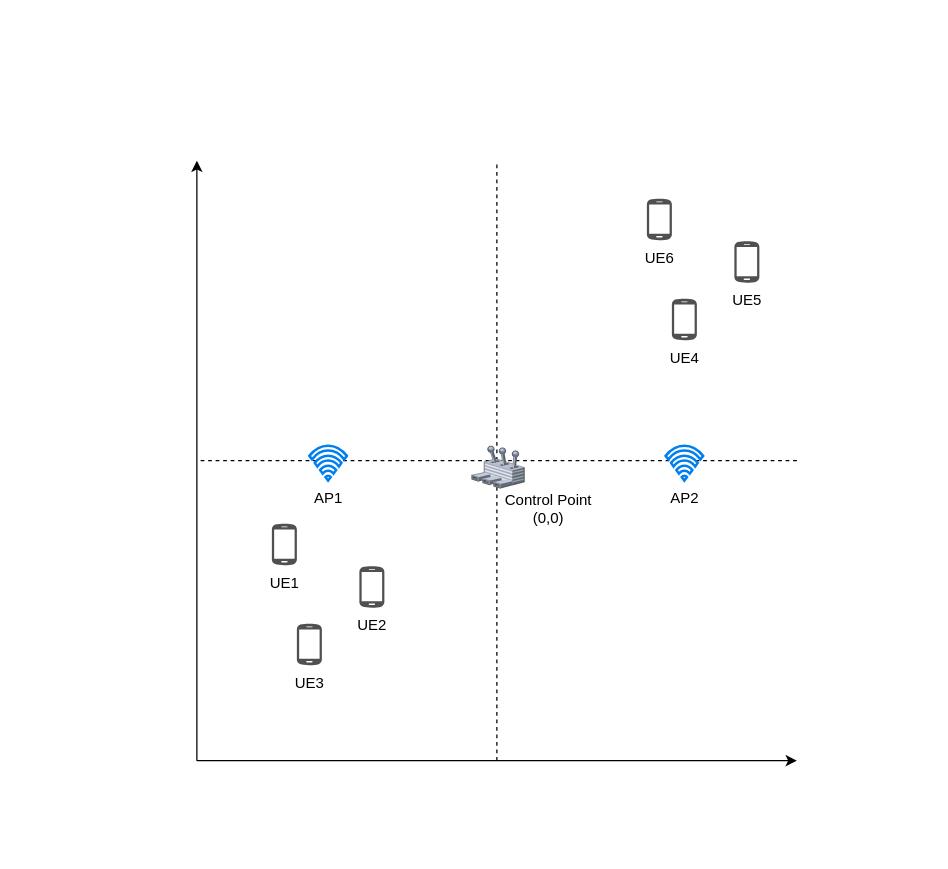
Kirkirillka/GPS_Tracker keeps this draw.io diagram as page "Exp4-Uniform" (5 of 7) of docs/experiment/sections/images/05-cases-description.drawio. Above is the earlier version. Source tidied: cells renumbered, new cells numbered last; positions are measured from the earlier drawing's top-left corner, leaving out a move shared by most shapes. Both pictures are drawn from the tidied source at 125%, with x=0, y=0 at pixel (196, 160).
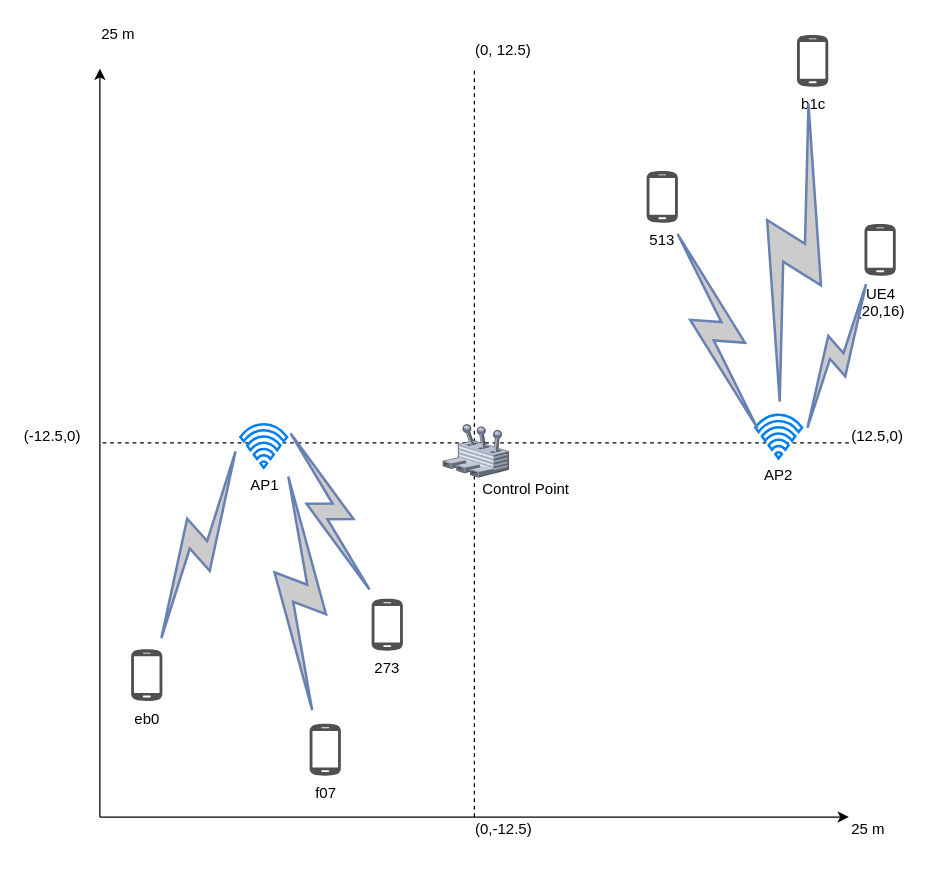
The same page after the edit.

The edit, as a diff of the source:
```diff
@@
-    <mxCell id="2" style="endArrow=classic;html=1;" parent="1" edge="1">
-      <mxGeometry relative="1" as="geometry">
-        <mxPoint y="480" as="sourcePoint" />
-        <mxPoint as="targetPoint" />
-      </mxGeometry>
-    </mxCell>
-    <mxCell id="3" style="endArrow=classic;html=1;" parent="1" edge="1">
-      <mxGeometry relative="1" as="geometry">
-        <mxPoint y="480" as="sourcePoint" />
-        <mxPoint x="480" y="480" as="targetPoint" />
-      </mxGeometry>
-    </mxCell>
-    <mxCell id="4" style="endArrow=none;html=1;dashed=1;" parent="1" edge="1">
-      <mxGeometry relative="1" as="geometry">
-        <mxPoint x="240" y="480" as="sourcePoint" />
-        <mxPoint x="240" as="targetPoint" />
-      </mxGeometry>
-    </mxCell>
-    <mxCell id="5" style="endArrow=none;html=1;dashed=1;" parent="1" edge="1">
-      <mxGeometry relative="1" as="geometry">
-        <mxPoint x="480" y="240" as="sourcePoint" />
-        <mxPoint y="240" as="targetPoint" />
-      </mxGeometry>
-    </mxCell>
-    <mxCell id="6" value="UE6" style="shadow=0;dashed=0;html=1;strokeColor=none;fillColor=#505050;labelPosition=center;verticalLabelPosition=bottom;verticalAlign=top;align=center;shape=mxgraph.office.devices.cell_phone_android_standalone;" parent="1" vertex="1">
-      <mxGeometry x="360" y="30" width="20" height="34" as="geometry" />
-    </mxCell>
-    <mxCell id="7" value="Control Point&lt;br&gt;(0,0)" style="text;html=1;align=center;verticalAlign=top;spacingTop=-4;" parent="1" vertex="1">
-      <mxGeometry x="241" y="262" width="80" height="30" as="geometry" />
-    </mxCell>
-    <mxCell id="8" value="UE5" style="shadow=0;dashed=0;html=1;strokeColor=none;fillColor=#505050;labelPosition=center;verticalLabelPosition=bottom;verticalAlign=top;align=center;shape=mxgraph.office.devices.cell_phone_android_standalone;" parent="1" vertex="1">
-      <mxGeometry x="430" y="64" width="20" height="34" as="geometry" />
-    </mxCell>
-    <mxCell id="9" value="UE4" style="shadow=0;dashed=0;html=1;strokeColor=none;fillColor=#505050;labelPosition=center;verticalLabelPosition=bottom;verticalAlign=top;align=center;shape=mxgraph.office.devices.cell_phone_android_standalone;" parent="1" vertex="1">
-      <mxGeometry x="380" y="110" width="20" height="34" as="geometry" />
-    </mxCell>
-    <mxCell id="10" value="UE1" style="shadow=0;dashed=0;html=1;strokeColor=none;fillColor=#505050;labelPosition=center;verticalLabelPosition=bottom;verticalAlign=top;align=center;shape=mxgraph.office.devices.cell_phone_android_standalone;" parent="1" vertex="1">
-      <mxGeometry x="60" y="290" width="20" height="34" as="geometry" />
-    </mxCell>
-    <mxCell id="11" value="UE2" style="shadow=0;dashed=0;html=1;strokeColor=none;fillColor=#505050;labelPosition=center;verticalLabelPosition=bottom;verticalAlign=top;align=center;shape=mxgraph.office.devices.cell_phone_android_standalone;" parent="1" vertex="1">
-      <mxGeometry x="130" y="324" width="20" height="34" as="geometry" />
-    </mxCell>
-    <mxCell id="12" value="UE3" style="shadow=0;dashed=0;html=1;strokeColor=none;fillColor=#505050;labelPosition=center;verticalLabelPosition=bottom;verticalAlign=top;align=center;shape=mxgraph.office.devices.cell_phone_android_standalone;" parent="1" vertex="1">
-      <mxGeometry x="80" y="370" width="20" height="34" as="geometry" />
-    </mxCell>
+    <mxCell id="16" style="group;" parent="1" vertex="1">
+      <mxGeometry x="-140" y="-111" width="724" height="661" as="geometry" />
+    </mxCell>
+    <mxCell id="17" style="endArrow=classic;html=1;" parent="16" edge="1">
+      <mxGeometry relative="1" as="geometry">
+        <mxPoint x="62.4" y="636.1" as="sourcePoint" />
+        <mxPoint x="62.4" y="37.4" as="targetPoint" />
+      </mxGeometry>
+    </mxCell>
+    <mxCell id="18" style="endArrow=classic;html=1;" parent="16" edge="1">
+      <mxGeometry relative="1" as="geometry">
+        <mxPoint x="62.4" y="636.1" as="sourcePoint" />
+        <mxPoint x="661.6" y="636.1" as="targetPoint" />
+      </mxGeometry>
+    </mxCell>
+    <mxCell id="19" style="endArrow=none;html=1;dashed=1;" parent="16" edge="1">
+      <mxGeometry relative="1" as="geometry">
+        <mxPoint x="362" y="636.1" as="sourcePoint" />
+        <mxPoint x="362" y="37.4" as="targetPoint" />
+      </mxGeometry>
+    </mxCell>
+    <mxCell id="20" style="endArrow=none;html=1;dashed=1;" parent="16" edge="1">
+      <mxGeometry relative="1" as="geometry">
+        <mxPoint x="661.6" y="336.7" as="sourcePoint" />
+        <mxPoint x="62.4" y="336.7" as="targetPoint" />
+      </mxGeometry>
+    </mxCell>
+    <mxCell id="21" value="513&lt;br&gt;" style="shadow=0;dashed=0;html=1;strokeColor=none;fillColor=#505050;labelPosition=center;verticalLabelPosition=bottom;verticalAlign=top;outlineConnect=0;align=center;shape=mxgraph.office.devices.cell_phone_android_standalone;" parent="16" vertex="1">
+      <mxGeometry x="499.8" y="118.7" width="25" height="42.4" as="geometry" />
+    </mxCell>
+    <mxCell id="22" value="Control Point&lt;br&gt;" style="text;html=1;align=center;verticalAlign=top;spacingTop=-4;" parent="16" vertex="1">
+      <mxGeometry x="363.2" y="364.2" width="80" height="20" as="geometry" />
+    </mxCell>
+    <mxCell id="23" value="b1c&lt;br&gt;" style="shadow=0;dashed=0;html=1;strokeColor=none;fillColor=#505050;labelPosition=center;verticalLabelPosition=bottom;verticalAlign=top;outlineConnect=0;align=center;shape=mxgraph.office.devices.cell_phone_android_standalone;" parent="16" vertex="1">
+      <mxGeometry x="620.1" y="9.9" width="25" height="42.4" as="geometry" />
+    </mxCell>
+    <mxCell id="24" value="UE4&lt;br&gt;(20,16)&lt;br&gt;" style="shadow=0;dashed=0;html=1;strokeColor=none;fillColor=#505050;labelPosition=center;verticalLabelPosition=bottom;verticalAlign=top;outlineConnect=0;align=center;shape=mxgraph.office.devices.cell_phone_android_standalone;" parent="16" vertex="1">
+      <mxGeometry x="674.1" y="161.1" width="25" height="42.4" as="geometry" />
+    </mxCell>
+    <mxCell id="25" value="273&lt;br&gt;" style="shadow=0;dashed=0;html=1;strokeColor=none;fillColor=#505050;labelPosition=center;verticalLabelPosition=bottom;verticalAlign=top;outlineConnect=0;align=center;shape=mxgraph.office.devices.cell_phone_android_standalone;" parent="16" vertex="1">
+      <mxGeometry x="279.8" y="461" width="25" height="42.4" as="geometry" />
+    </mxCell>
+    <mxCell id="26" value="f07&lt;br&gt;" style="shadow=0;dashed=0;html=1;strokeColor=none;fillColor=#505050;labelPosition=center;verticalLabelPosition=bottom;verticalAlign=top;outlineConnect=0;align=center;shape=mxgraph.office.devices.cell_phone_android_standalone;" parent="16" vertex="1">
+      <mxGeometry x="230.2" y="561" width="25" height="42.4" as="geometry" />
+    </mxCell>
+    <mxCell id="27" value="eb0&lt;br&gt;" style="shadow=0;dashed=0;html=1;strokeColor=none;fillColor=#505050;labelPosition=center;verticalLabelPosition=bottom;verticalAlign=top;outlineConnect=0;align=center;shape=mxgraph.office.devices.cell_phone_android_standalone;" parent="16" vertex="1">
+      <mxGeometry x="87.4" y="501.3" width="25" height="42.4" as="geometry" />
+    </mxCell>
-    <mxCell id="13" value="AP1" style="html=1;verticalLabelPosition=bottom;align=center;labelBackgroundColor=#ffffff;verticalAlign=top;strokeWidth=2;strokeColor=#0080F0;fillColor=#ffffff;shadow=0;dashed=0;shape=mxgraph.ios7.icons.wifi;" parent="1" vertex="1">
-      <mxGeometry x="90" y="228" width="30" height="28" as="geometry" />
+    <mxCell id="13" value="AP1&lt;br&gt;" style="html=1;verticalLabelPosition=bottom;align=center;labelBackgroundColor=#ffffff;verticalAlign=top;strokeWidth=2;strokeColor=#0080F0;fillColor=#ffffff;shadow=0;dashed=0;shape=mxgraph.ios7.icons.wifi;" parent="16" vertex="1">
+      <mxGeometry x="174.8" y="321.8" width="37.4" height="34.9" as="geometry" />
     </mxCell>
-    <mxCell id="14" style="verticalLabelPosition=bottom;html=1;verticalAlign=top;strokeColor=none;align=center;shape=mxgraph.citrix.user_control;" parent="1" vertex="1">
-      <mxGeometry x="220" y="228" width="42" height="34" as="geometry" />
-    </mxCell>
+    <mxCell id="28" style="verticalLabelPosition=bottom;html=1;verticalAlign=top;strokeColor=none;align=center;shape=mxgraph.citrix.user_control;" parent="16" vertex="1">
+      <mxGeometry x="337" y="321.8" width="52.4" height="42.4" as="geometry" />
+    </mxCell>
-    <mxCell id="15" value="AP2" style="html=1;verticalLabelPosition=bottom;align=center;labelBackgroundColor=#ffffff;verticalAlign=top;strokeWidth=2;strokeColor=#0080F0;fillColor=#ffffff;shadow=0;dashed=0;shape=mxgraph.ios7.icons.wifi;" parent="1" vertex="1">
-      <mxGeometry x="375" y="228" width="30" height="28" as="geometry" />
+    <mxCell id="15" value="AP2&lt;br&gt;" style="html=1;verticalLabelPosition=bottom;align=center;labelBackgroundColor=#ffffff;verticalAlign=top;strokeWidth=2;strokeColor=#0080F0;fillColor=#ffffff;shadow=0;dashed=0;shape=mxgraph.ios7.icons.wifi;" parent="16" vertex="1">
+      <mxGeometry x="586.7" y="314.3" width="37.4" height="34.9" as="geometry" />
     </mxCell>
+    <mxCell id="29" value="25 m&amp;nbsp;" style="text;html=1;align=left;verticalAlign=top;spacingTop=-4;" parent="16" vertex="1">
+      <mxGeometry x="661.6" y="636.1" width="50" height="20" as="geometry" />
+    </mxCell>
+    <mxCell id="30" value="25 m" style="text;html=1;align=left;verticalAlign=top;spacingTop=-4;" parent="16" vertex="1">
+      <mxGeometry x="62.4" width="40" height="20" as="geometry" />
+    </mxCell>
+    <mxCell id="31" value="(12.5,0)" style="text;html=1;align=left;verticalAlign=top;spacingTop=-4;" parent="16" vertex="1">
+      <mxGeometry x="661.6" y="321.8" width="60" height="20" as="geometry" />
+    </mxCell>
+    <mxCell id="32" value="(0,-12.5)" style="text;html=1;align=left;verticalAlign=top;spacingTop=-4;" parent="16" vertex="1">
+      <mxGeometry x="361.4" y="636.1" width="60" height="20" as="geometry" />
+    </mxCell>
+    <mxCell id="33" value="(-12.5,0)" style="text;html=1;align=left;verticalAlign=top;spacingTop=-4;" parent="16" vertex="1">
+      <mxGeometry y="321.8" width="60" height="20" as="geometry" />
+    </mxCell>
+    <mxCell id="34" value="(0, 12.5)" style="text;html=1;align=left;verticalAlign=top;spacingTop=-4;" parent="16" vertex="1">
+      <mxGeometry x="361.4" y="12.5" width="60" height="20" as="geometry" />
+    </mxCell>
+    <mxCell id="35" style="html=1;outlineConnect=0;fillColor=#CCCCCC;strokeColor=#6881B3;gradientColor=none;gradientDirection=north;strokeWidth=2;shape=mxgraph.networks.comm_link_edge;html=1;entryX=-0.016;entryY=0.388;entryDx=0;entryDy=0;entryPerimeter=0;" parent="16" edge="1" source="27" target="13">
+      <mxGeometry relative="1" as="geometry" />
+    </mxCell>
+    <mxCell id="36" style="html=1;outlineConnect=0;fillColor=#CCCCCC;strokeColor=#6881B3;gradientColor=none;gradientDirection=north;strokeWidth=2;shape=mxgraph.networks.comm_link_edge;html=1;entryX=0.979;entryY=0.013;entryDx=0;entryDy=0;entryPerimeter=0;" parent="16" edge="1" source="25" target="13">
+      <mxGeometry relative="1" as="geometry" />
+    </mxCell>
+    <mxCell id="37" style="html=1;outlineConnect=0;fillColor=#CCCCCC;strokeColor=#6881B3;gradientColor=none;gradientDirection=north;strokeWidth=2;shape=mxgraph.networks.comm_link_edge;html=1;entryX=0.997;entryY=0.902;entryDx=0;entryDy=0;entryPerimeter=0;" parent="16" edge="1" source="26" target="13">
+      <mxGeometry relative="1" as="geometry">
+        <Array as="points">
+          <mxPoint x="220" y="531" />
+        </Array>
+      </mxGeometry>
+    </mxCell>
+    <mxCell id="38" style="html=1;outlineConnect=0;fillColor=#CCCCCC;strokeColor=#6881B3;gradientColor=none;gradientDirection=north;strokeWidth=2;shape=mxgraph.networks.comm_link_edge;html=1;entryX=1.047;entryY=0.483;entryDx=0;entryDy=0;entryPerimeter=0;" parent="16" edge="1" source="24" target="15">
+      <mxGeometry relative="1" as="geometry" />
+    </mxCell>
+    <mxCell id="39" style="html=1;outlineConnect=0;fillColor=#CCCCCC;strokeColor=#6881B3;gradientColor=none;gradientDirection=north;strokeWidth=2;shape=mxgraph.networks.comm_link_edge;html=1;exitX=0.489;exitY=0.077;exitDx=0;exitDy=0;exitPerimeter=0;" parent="16" edge="1" source="15" target="23">
+      <mxGeometry relative="1" as="geometry" />
+    </mxCell>
+    <mxCell id="40" style="html=1;outlineConnect=0;fillColor=#CCCCCC;strokeColor=#6881B3;gradientColor=none;gradientDirection=north;strokeWidth=2;shape=mxgraph.networks.comm_link_edge;html=1;entryX=0.145;entryY=0.562;entryDx=0;entryDy=0;entryPerimeter=0;" parent="16" edge="1" source="21" target="15">
+      <mxGeometry relative="1" as="geometry" />
+    </mxCell>
```
